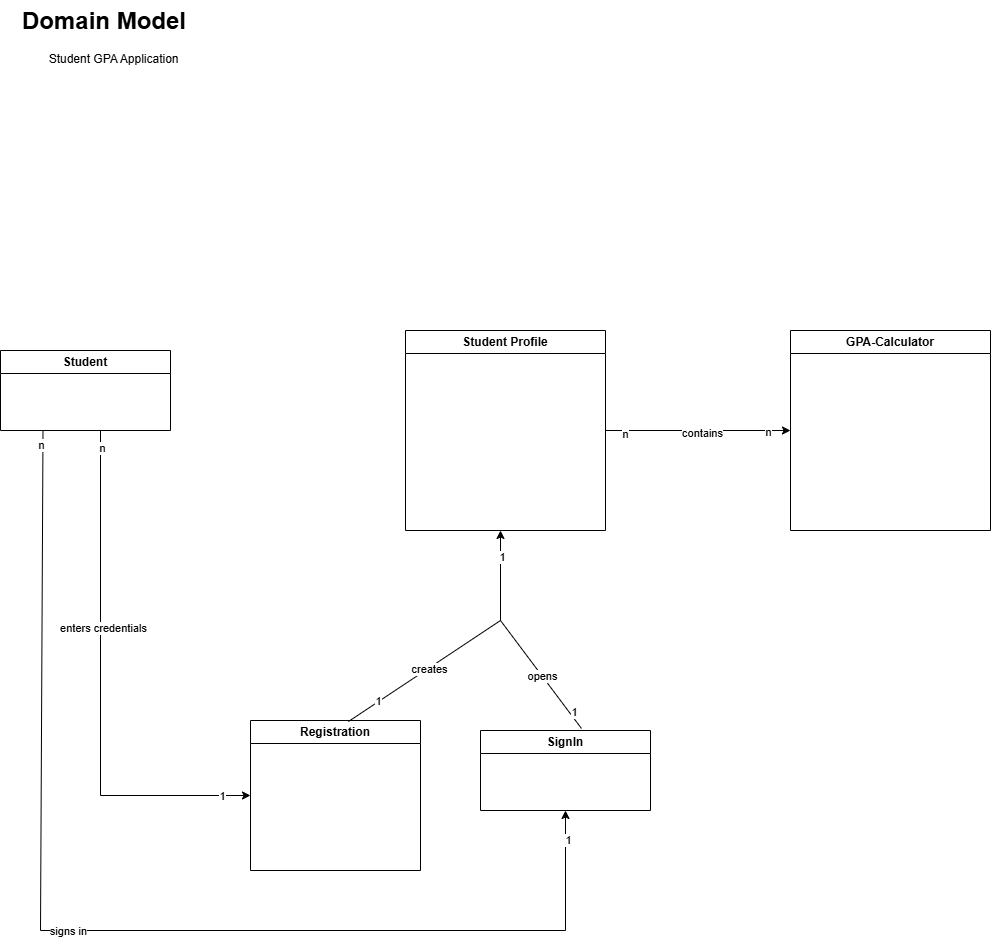
This is documentation/domain_model.drawio.png from SandrAdora/GPA_Calculator, a draw.io export, as it was before one commit. Source tidied: cells renumbered, new cells last; positions are measured from the earlier drawing's top-left corner, leaving out a move shared by most shapes. The source it was exported from:
```xml
<mxGraphModel>
  <root>
    <mxCell id="0" />
    <mxCell id="1" parent="0" />
    <mxCell id="2" value="Student Profile" style="swimlane;whiteSpace=wrap;html=1;" parent="1" vertex="1">
      <mxGeometry x="405" y="330" width="200" height="200" as="geometry" />
    </mxCell>
    <mxCell id="3" value="Student" style="swimlane;whiteSpace=wrap;html=1;" parent="1" vertex="1">
      <mxGeometry y="350" width="170" height="80" as="geometry" />
    </mxCell>
    <mxCell id="4" value="Registration" style="swimlane;whiteSpace=wrap;html=1;" parent="1" vertex="1">
      <mxGeometry x="250" y="720" width="170" height="150" as="geometry" />
    </mxCell>
    <mxCell id="5" value="SignIn" style="swimlane;whiteSpace=wrap;html=1;" parent="1" vertex="1">
      <mxGeometry x="480" y="730" width="170" height="80" as="geometry" />
    </mxCell>
    <mxCell id="6" style="endArrow=classic;html=1;rounded=0;" parent="1" edge="1">
      <mxGeometry relative="1" as="geometry">
        <mxPoint x="500" y="620" as="sourcePoint" />
        <mxPoint x="500" y="530" as="targetPoint" />
      </mxGeometry>
    </mxCell>
    <mxCell id="7" value="1" style="edgeLabel;html=1;align=center;verticalAlign=middle;" parent="6" vertex="1">
      <mxGeometry x="0.42" y="-1" relative="1" as="geometry" />
    </mxCell>
    <mxCell id="8" style="endArrow=none;html=1;rounded=0;exitX=0.576;exitY=0.007;exitDx=0;exitDy=0;exitPerimeter=0;" parent="1" edge="1" source="4">
      <mxGeometry relative="1" as="geometry">
        <mxPoint x="500" y="620" as="targetPoint" />
      </mxGeometry>
    </mxCell>
    <mxCell id="9" value="creates" style="edgeLabel;html=1;align=center;verticalAlign=middle;" parent="8" vertex="1">
      <mxGeometry x="0.05" y="-1" relative="1" as="geometry" />
    </mxCell>
    <mxCell id="10" value="1" style="edgeLabel;html=1;align=center;verticalAlign=middle;" parent="8" vertex="1">
      <mxGeometry x="-0.61" y="1" relative="1" as="geometry" />
    </mxCell>
    <mxCell id="11" style="endArrow=none;html=1;rounded=0;exitX=0.594;exitY=-0.025;exitDx=0;exitDy=0;exitPerimeter=0;" parent="1" edge="1" source="5">
      <mxGeometry relative="1" as="geometry">
        <mxPoint x="500" y="620" as="targetPoint" />
      </mxGeometry>
    </mxCell>
    <mxCell id="12" value="opens" style="edgeLabel;html=1;align=center;verticalAlign=middle;" parent="11" vertex="1">
      <mxGeometry x="-0.04" relative="1" as="geometry" />
    </mxCell>
    <mxCell id="13" value="1" style="edgeLabel;html=1;align=center;verticalAlign=middle;" parent="11" vertex="1">
      <mxGeometry x="-0.73" y="-4" relative="1" as="geometry" />
    </mxCell>
    <mxCell id="14" style="endArrow=classic;html=1;rounded=0;entryX=0;entryY=0.5;entryDx=0;entryDy=0;" parent="1" edge="1" target="4">
      <mxGeometry relative="1" as="geometry">
        <mxPoint x="100" y="430" as="sourcePoint" />
        <Array as="points">
          <mxPoint x="100" y="795" />
        </Array>
      </mxGeometry>
    </mxCell>
    <mxCell id="15" value="enters credentials" style="edgeLabel;html=1;align=center;verticalAlign=middle;" parent="14" vertex="1">
      <mxGeometry x="-0.23" y="2" relative="1" as="geometry" />
    </mxCell>
    <mxCell id="16" value="1" style="edgeLabel;html=1;align=center;verticalAlign=middle;" parent="14" vertex="1">
      <mxGeometry x="0.89" relative="1" as="geometry" />
    </mxCell>
    <mxCell id="17" value="n" style="edgeLabel;html=1;align=center;verticalAlign=middle;" parent="14" vertex="1">
      <mxGeometry x="-0.93" y="1" relative="1" as="geometry" />
    </mxCell>
    <mxCell id="18" style="endArrow=classic;html=1;rounded=0;exitX=0.25;exitY=1;exitDx=0;exitDy=0;entryX=0.5;entryY=1;entryDx=0;entryDy=0;" parent="1" edge="1" source="3" target="5">
      <mxGeometry relative="1" as="geometry">
        <Array as="points">
          <mxPoint x="40" y="930" />
          <mxPoint x="565" y="930" />
        </Array>
      </mxGeometry>
    </mxCell>
    <mxCell id="19" value="1" style="edgeLabel;html=1;align=center;verticalAlign=middle;" parent="18" vertex="1">
      <mxGeometry x="0.95" y="-2" relative="1" as="geometry" />
    </mxCell>
    <mxCell id="20" value="n" style="edgeLabel;html=1;align=center;verticalAlign=middle;" parent="18" vertex="1">
      <mxGeometry x="-0.97" y="-2" relative="1" as="geometry" />
    </mxCell>
    <mxCell id="21" value="signs in" style="edgeLabel;html=1;align=center;verticalAlign=middle;" parent="18" vertex="1">
      <mxGeometry x="-0.08" relative="1" as="geometry" />
    </mxCell>
    <mxCell id="22" value="&lt;h1 style=&quot;margin-top: 0px;&quot;&gt;Domain Model&lt;/h1&gt;&lt;div&gt;&lt;span style=&quot;white-space: pre;&quot;&gt;&#9;&lt;/span&gt;Student GPA Application&lt;/div&gt;" style="text;html=1;whiteSpace=wrap;overflow=hidden;rounded=0;" parent="1" vertex="1">
      <mxGeometry x="20" width="180" height="80" as="geometry" />
    </mxCell>
    <mxCell id="23" value="GPA-Calculator" style="swimlane;whiteSpace=wrap;html=1;" parent="1" vertex="1">
      <mxGeometry x="790" y="330" width="200" height="200" as="geometry" />
    </mxCell>
    <mxCell id="24" style="endArrow=classic;html=1;rounded=0;exitX=1;exitY=0.5;exitDx=0;exitDy=0;entryX=0;entryY=0.5;entryDx=0;entryDy=0;" parent="1" edge="1" source="2" target="23">
      <mxGeometry relative="1" as="geometry" />
    </mxCell>
    <mxCell id="25" value="contains" style="edgeLabel;html=1;align=center;verticalAlign=middle;" parent="24" vertex="1">
      <mxGeometry x="0.04" y="-2" relative="1" as="geometry" />
    </mxCell>
    <mxCell id="26" value="n" style="edgeLabel;html=1;align=center;verticalAlign=middle;" parent="24" vertex="1">
      <mxGeometry x="0.75" y="-1" relative="1" as="geometry" />
    </mxCell>
    <mxCell id="27" value="n" style="edgeLabel;html=1;align=center;verticalAlign=middle;" parent="24" vertex="1">
      <mxGeometry x="-0.79" y="-3" relative="1" as="geometry" />
    </mxCell>
  </root>
</mxGraphModel>
```
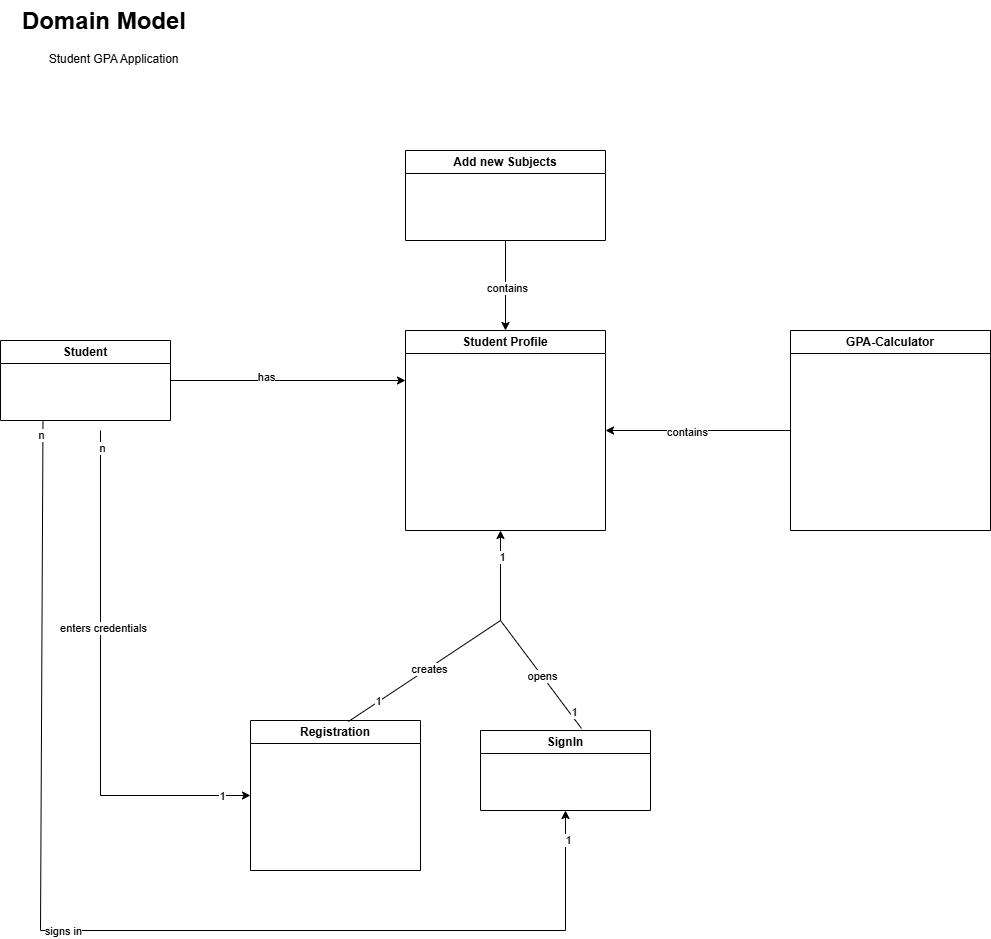
The same diagram one commit later.

Commit message:
added new domain class "subject"

What changed in the source:
```diff
@@ -5,8 +5,14 @@
     <mxCell id="2" value="Student Profile" style="swimlane;whiteSpace=wrap;html=1;" parent="1" vertex="1">
       <mxGeometry x="405" y="330" width="200" height="200" as="geometry" />
     </mxCell>
+    <mxCell id="28" style="edgeStyle=none;html=1;entryX=0;entryY=0.25;entryDx=0;entryDy=0;" parent="1" edge="1" source="3" target="2">
+      <mxGeometry relative="1" as="geometry" />
+    </mxCell>
+    <mxCell id="29" value="has" style="edgeLabel;html=1;align=center;verticalAlign=middle;" parent="28" vertex="1">
+      <mxGeometry x="-0.19" y="4" relative="1" as="geometry" />
+    </mxCell>
     <mxCell id="3" value="Student" style="swimlane;whiteSpace=wrap;html=1;" parent="1" vertex="1">
-      <mxGeometry y="350" width="170" height="80" as="geometry" />
+      <mxGeometry y="340" width="170" height="80" as="geometry" />
     </mxCell>
     <mxCell id="4" value="Registration" style="swimlane;whiteSpace=wrap;html=1;" parent="1" vertex="1">
       <mxGeometry x="250" y="720" width="170" height="150" as="geometry" />
@@ -82,20 +88,23 @@
     <mxCell id="22" value="&lt;h1 style=&quot;margin-top: 0px;&quot;&gt;Domain Model&lt;/h1&gt;&lt;div&gt;&lt;span style=&quot;white-space: pre;&quot;&gt;&#9;&lt;/span&gt;Student GPA Application&lt;/div&gt;" style="text;html=1;whiteSpace=wrap;overflow=hidden;rounded=0;" parent="1" vertex="1">
       <mxGeometry x="20" width="180" height="80" as="geometry" />
     </mxCell>
+    <mxCell id="30" style="edgeStyle=none;html=1;entryX=1;entryY=0.5;entryDx=0;entryDy=0;" parent="1" edge="1" source="23" target="2">
+      <mxGeometry relative="1" as="geometry" />
+    </mxCell>
+    <mxCell id="31" value="contains" style="edgeLabel;html=1;align=center;verticalAlign=middle;" parent="30" vertex="1">
+      <mxGeometry x="0.12" y="1" relative="1" as="geometry" />
+    </mxCell>
     <mxCell id="23" value="GPA-Calculator" style="swimlane;whiteSpace=wrap;html=1;" parent="1" vertex="1">
       <mxGeometry x="790" y="330" width="200" height="200" as="geometry" />
     </mxCell>
-    <mxCell id="24" style="endArrow=classic;html=1;rounded=0;exitX=1;exitY=0.5;exitDx=0;exitDy=0;entryX=0;entryY=0.5;entryDx=0;entryDy=0;" parent="1" edge="1" source="2" target="23">
-      <mxGeometry relative="1" as="geometry" />
-    </mxCell>
-    <mxCell id="25" value="contains" style="edgeLabel;html=1;align=center;verticalAlign=middle;" parent="24" vertex="1">
-      <mxGeometry x="0.04" y="-2" relative="1" as="geometry" />
-    </mxCell>
-    <mxCell id="26" value="n" style="edgeLabel;html=1;align=center;verticalAlign=middle;" parent="24" vertex="1">
-      <mxGeometry x="0.75" y="-1" relative="1" as="geometry" />
-    </mxCell>
-    <mxCell id="27" value="n" style="edgeLabel;html=1;align=center;verticalAlign=middle;" parent="24" vertex="1">
-      <mxGeometry x="-0.79" y="-3" relative="1" as="geometry" />
-    </mxCell>
+    <mxCell id="32" style="edgeStyle=none;html=1;entryX=0.5;entryY=0;entryDx=0;entryDy=0;" parent="1" edge="1" source="34" target="2">
+      <mxGeometry relative="1" as="geometry" />
+    </mxCell>
+    <mxCell id="33" value="contains" style="edgeLabel;html=1;align=center;verticalAlign=middle;" parent="32" vertex="1">
+      <mxGeometry x="0.04" y="1" relative="1" as="geometry" />
+    </mxCell>
+    <mxCell id="34" value="Add new Subjects" style="swimlane;whiteSpace=wrap;html=1;" parent="1" vertex="1">
+      <mxGeometry x="405" y="150" width="200" height="90" as="geometry" />
+    </mxCell>
   </root>
 </mxGraphModel>
```
